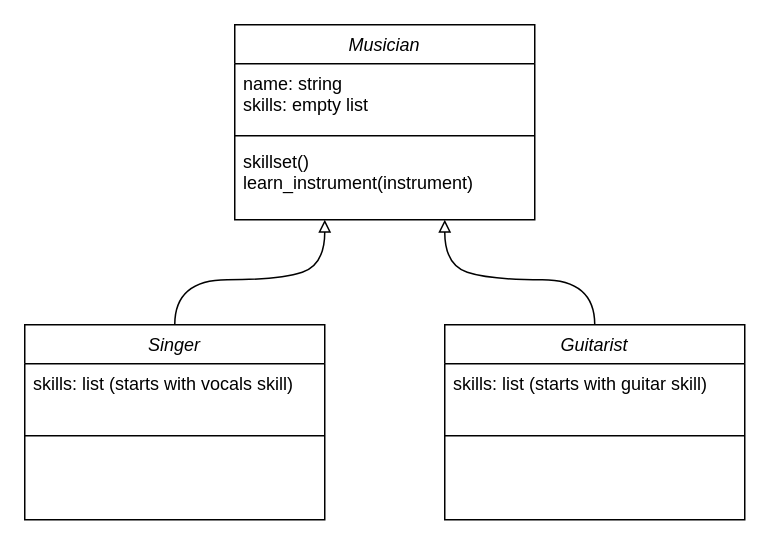
Above: img/musicians.drawio in crabbit-git/ccl12-inheritance (draw.io), before the change. Source tidied: cells renumbered, new cells numbered last; positions are measured from the earlier drawing's top-left corner, leaving out a move shared by most shapes. Both pictures are drawn from the tidied source at 150%, with x=0, y=0 at pixel (24, 24).
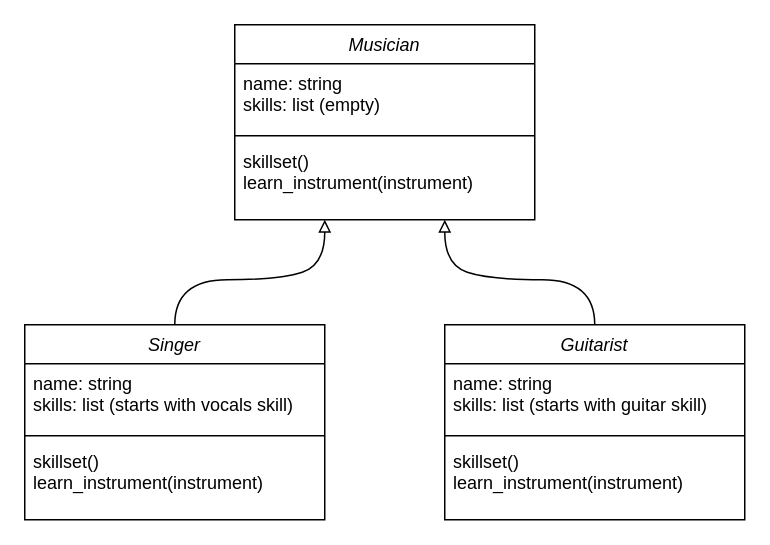
After the change.

Unchanged cells that the change refers to:
```xml
<mxCell id="2" value="Musician" style="swimlane;fontStyle=2;align=center;verticalAlign=top;horizontal=1;startSize=26;rounded=0;shadow=0;strokeWidth=1;" parent="1" vertex="1">
  <mxGeometry x="140" width="200" height="130" as="geometry" />
</mxCell>
<mxCell id="8" value="Singer" style="swimlane;fontStyle=2;align=center;verticalAlign=top;horizontal=1;startSize=26;rounded=0;shadow=0;strokeWidth=1;" parent="1" vertex="1">
  <mxGeometry y="200" width="200" height="130" as="geometry" />
</mxCell>
<mxCell id="11" value="Guitarist" style="swimlane;fontStyle=2;align=center;verticalAlign=top;horizontal=1;startSize=26;rounded=0;shadow=0;strokeWidth=1;" parent="1" vertex="1">
  <mxGeometry x="280" y="200" width="200" height="130" as="geometry" />
</mxCell>
```

The edit, as a diff of the source:
```diff
@@
-    <mxCell id="3" value="name: string&#10;skills: empty list" style="text;align=left;verticalAlign=top;spacingLeft=4;spacingRight=4;overflow=hidden;" parent="2" vertex="1">
+    <mxCell id="3" value="name: string&#10;skills: list (empty)" style="text;align=left;verticalAlign=top;spacingLeft=4;spacingRight=4;overflow=hidden;" parent="2" vertex="1">
       <mxGeometry y="26" width="200" height="44" as="geometry" />
     </mxCell>
@@
-    <mxCell id="9" value="skills: list (starts with vocals skill)" style="text;align=left;verticalAlign=top;spacingLeft=4;spacingRight=4;overflow=hidden;" parent="8" vertex="1">
+    <mxCell id="9" value="name: string&#10;skills: list (starts with vocals skill)" style="text;align=left;verticalAlign=top;spacingLeft=4;spacingRight=4;overflow=hidden;" parent="8" vertex="1">
       <mxGeometry y="26" width="200" height="44" as="geometry" />
     </mxCell>
@@
+    <mxCell id="14" value="skillset()&#10;learn_instrument(instrument)" style="text;align=left;verticalAlign=top;spacingLeft=4;spacingRight=4;overflow=hidden;" parent="8" vertex="1">
+      <mxGeometry y="78" width="200" height="42" as="geometry" />
+    </mxCell>
@@
-    <mxCell id="12" value="skills: list (starts with guitar skill)" style="text;align=left;verticalAlign=top;spacingLeft=4;spacingRight=4;overflow=hidden;" parent="11" vertex="1">
+    <mxCell id="12" value="name: string&#10;skills: list (starts with guitar skill)" style="text;align=left;verticalAlign=top;spacingLeft=4;spacingRight=4;overflow=hidden;" parent="11" vertex="1">
       <mxGeometry y="26" width="200" height="44" as="geometry" />
     </mxCell>
@@
+    <mxCell id="15" value="skillset()&#10;learn_instrument(instrument)" style="text;align=left;verticalAlign=top;spacingLeft=4;spacingRight=4;overflow=hidden;" parent="11" vertex="1">
+      <mxGeometry y="78" width="200" height="42" as="geometry" />
+    </mxCell>
```
